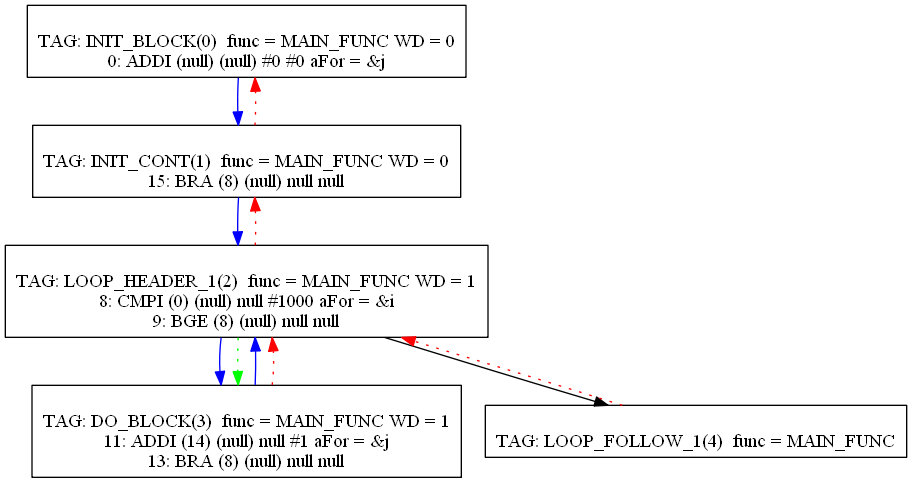
Earlier version of the Graphviz export Compiler/8graph.png (mbajaj92/Project-Astoria). Its source is kept beside it as Compiler/8graph.dot.
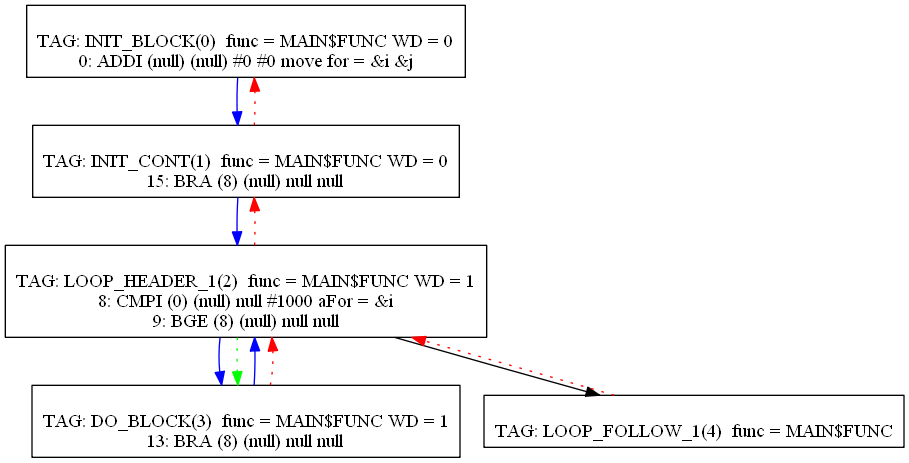
The same diagram one commit later.

What changed in the source:
```diff
@@ -1,19 +1,19 @@
 digraph {
 0[label="
-TAG: INIT_BLOCK(0)  func = MAIN_FUNC WD = 0
-0: ADDI (null) (null) #0 #0 aFor = &j
+TAG: INIT_BLOCK(0)  func = MAIN$FUNC WD = 0
+0: ADDI (null) (null) #0 #0 move for = &i &j
 "];
 0[shape=box];
 0 -> 1[color=blue]
 1[label="
-TAG: INIT_CONT(1)  func = MAIN_FUNC WD = 0
+TAG: INIT_CONT(1)  func = MAIN$FUNC WD = 0
 15: BRA (8) (null) null null
 "];
 1[shape=box];
 1 -> 2[color=blue]
 1 -> 0[color=red][style=dotted]
 2[label="
-TAG: LOOP_HEADER_1(2)  func = MAIN_FUNC WD = 1
+TAG: LOOP_HEADER_1(2)  func = MAIN$FUNC WD = 1
 8: CMPI (0) (null) null #1000 aFor = &i
 9: BGE (8) (null) null null
 "];
@@ -23,15 +23,14 @@
 2 -> 1[color=red][style=dotted]
 2 -> 3[color=green][style=dotted]
 3[label="
-TAG: DO_BLOCK(3)  func = MAIN_FUNC WD = 1
-11: ADDI (14) (null) null #1 aFor = &j
+TAG: DO_BLOCK(3)  func = MAIN$FUNC WD = 1
 13: BRA (8) (null) null null
 "];
 3[shape=box];
 3 -> 2[color=blue]
 3 -> 2[color=red][style=dotted]
 4[label="
-TAG: LOOP_FOLLOW_1(4)  func = MAIN_FUNC
+TAG: LOOP_FOLLOW_1(4)  func = MAIN$FUNC
 "];
 4[shape=box];
 4 -> 2[color=red][style=dotted]
```
